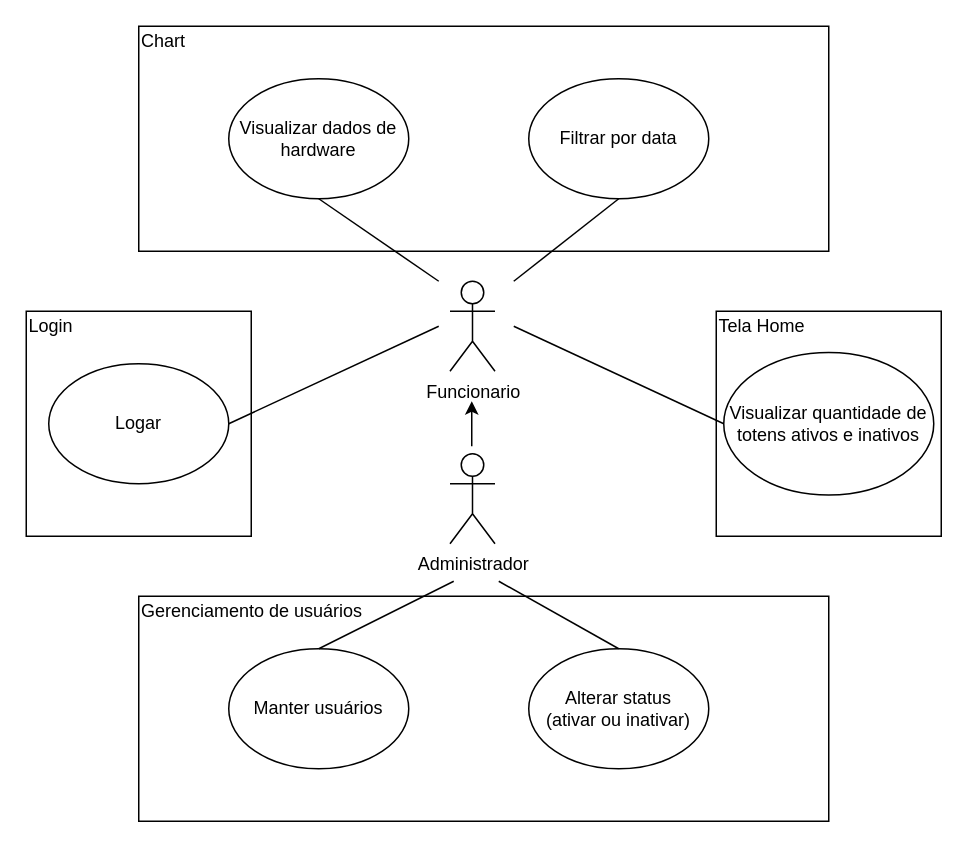
BandTec/Totem-Monitoring keeps this draw.io diagram as documentacao/caso_de_uso/v2/caso-de-uso.drawio. Above is the earlier version. Source tidied: cells renumbered, new cells numbered last; positions are measured from the earlier drawing's top-left corner, leaving out a move shared by most shapes. Both pictures are drawn from the tidied source at 150%, with x=0, y=0 at pixel (26, 26).
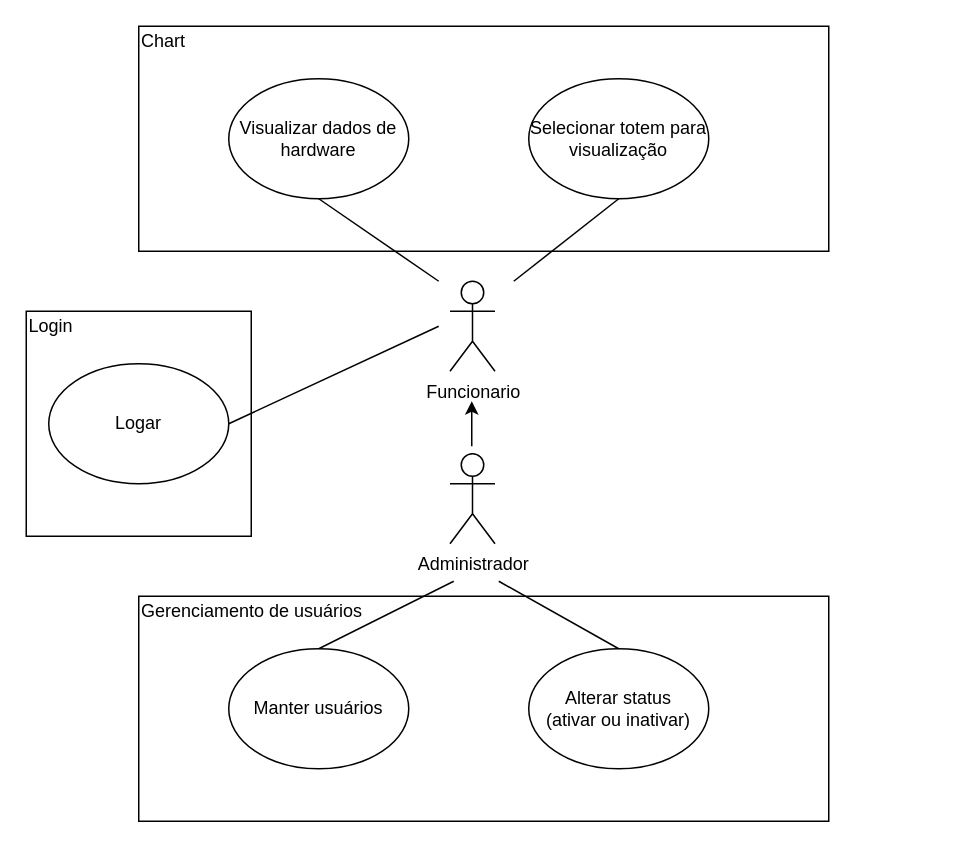
Above is the later version.

Commit message (it also covers changes not shown here):
caso de uso

Diff of the diagram source:
```diff
@@
-    <mxCell id="2" style="rounded=0;whiteSpace=wrap;html=1;align=center;" parent="1" vertex="1">
-      <mxGeometry x="460" y="190" width="150" height="150" as="geometry" />
-    </mxCell>
@@
-    <mxCell id="4" value="Tela Home" style="text;html=1;strokeColor=none;fillColor=none;align=left;verticalAlign=middle;whiteSpace=wrap;rounded=0;" parent="1" vertex="1">
-      <mxGeometry x="460" y="190" width="90" height="20" as="geometry" />
-    </mxCell>
-    <mxCell id="5" value="Visualizar quantidade de totens ativos e inativos" style="ellipse;whiteSpace=wrap;html=1;" parent="1" vertex="1">
-      <mxGeometry x="465" y="217.5" width="140" height="95" as="geometry" />
-    </mxCell>
-    <mxCell id="6" value="Filtrar por data" style="ellipse;whiteSpace=wrap;html=1;" parent="1" vertex="1">
+    <mxCell id="6" value="Selecionar totem para visualização" style="ellipse;whiteSpace=wrap;html=1;" parent="1" vertex="1">
       <mxGeometry x="335" y="35" width="120" height="80" as="geometry" />
     </mxCell>
@@
-    <mxCell id="18" style="endArrow=none;html=1;exitX=0;exitY=0.5;exitDx=0;exitDy=0;" parent="1" edge="1" source="5">
-      <mxGeometry relative="1" as="geometry">
-        <mxPoint x="325" y="200" as="targetPoint" />
-      </mxGeometry>
-    </mxCell>
```
